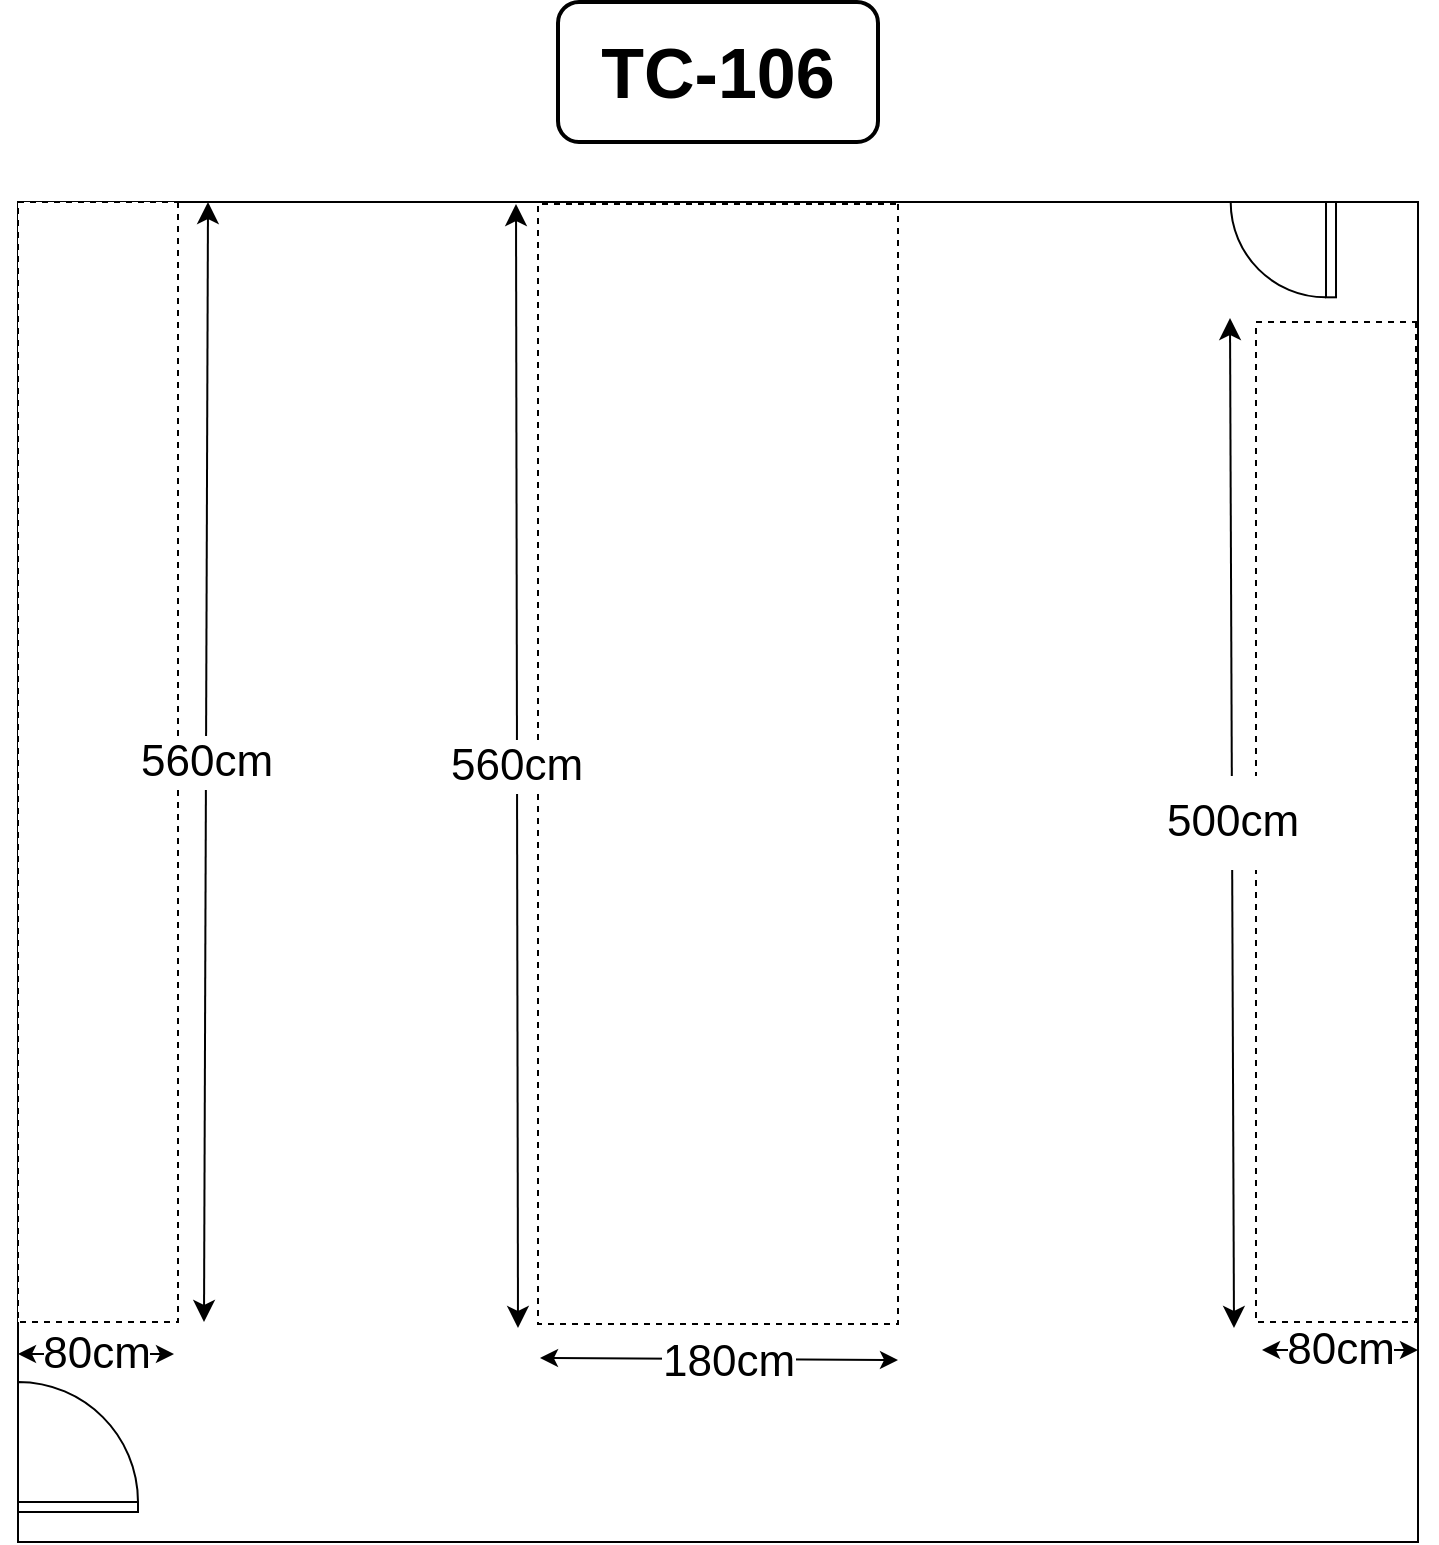
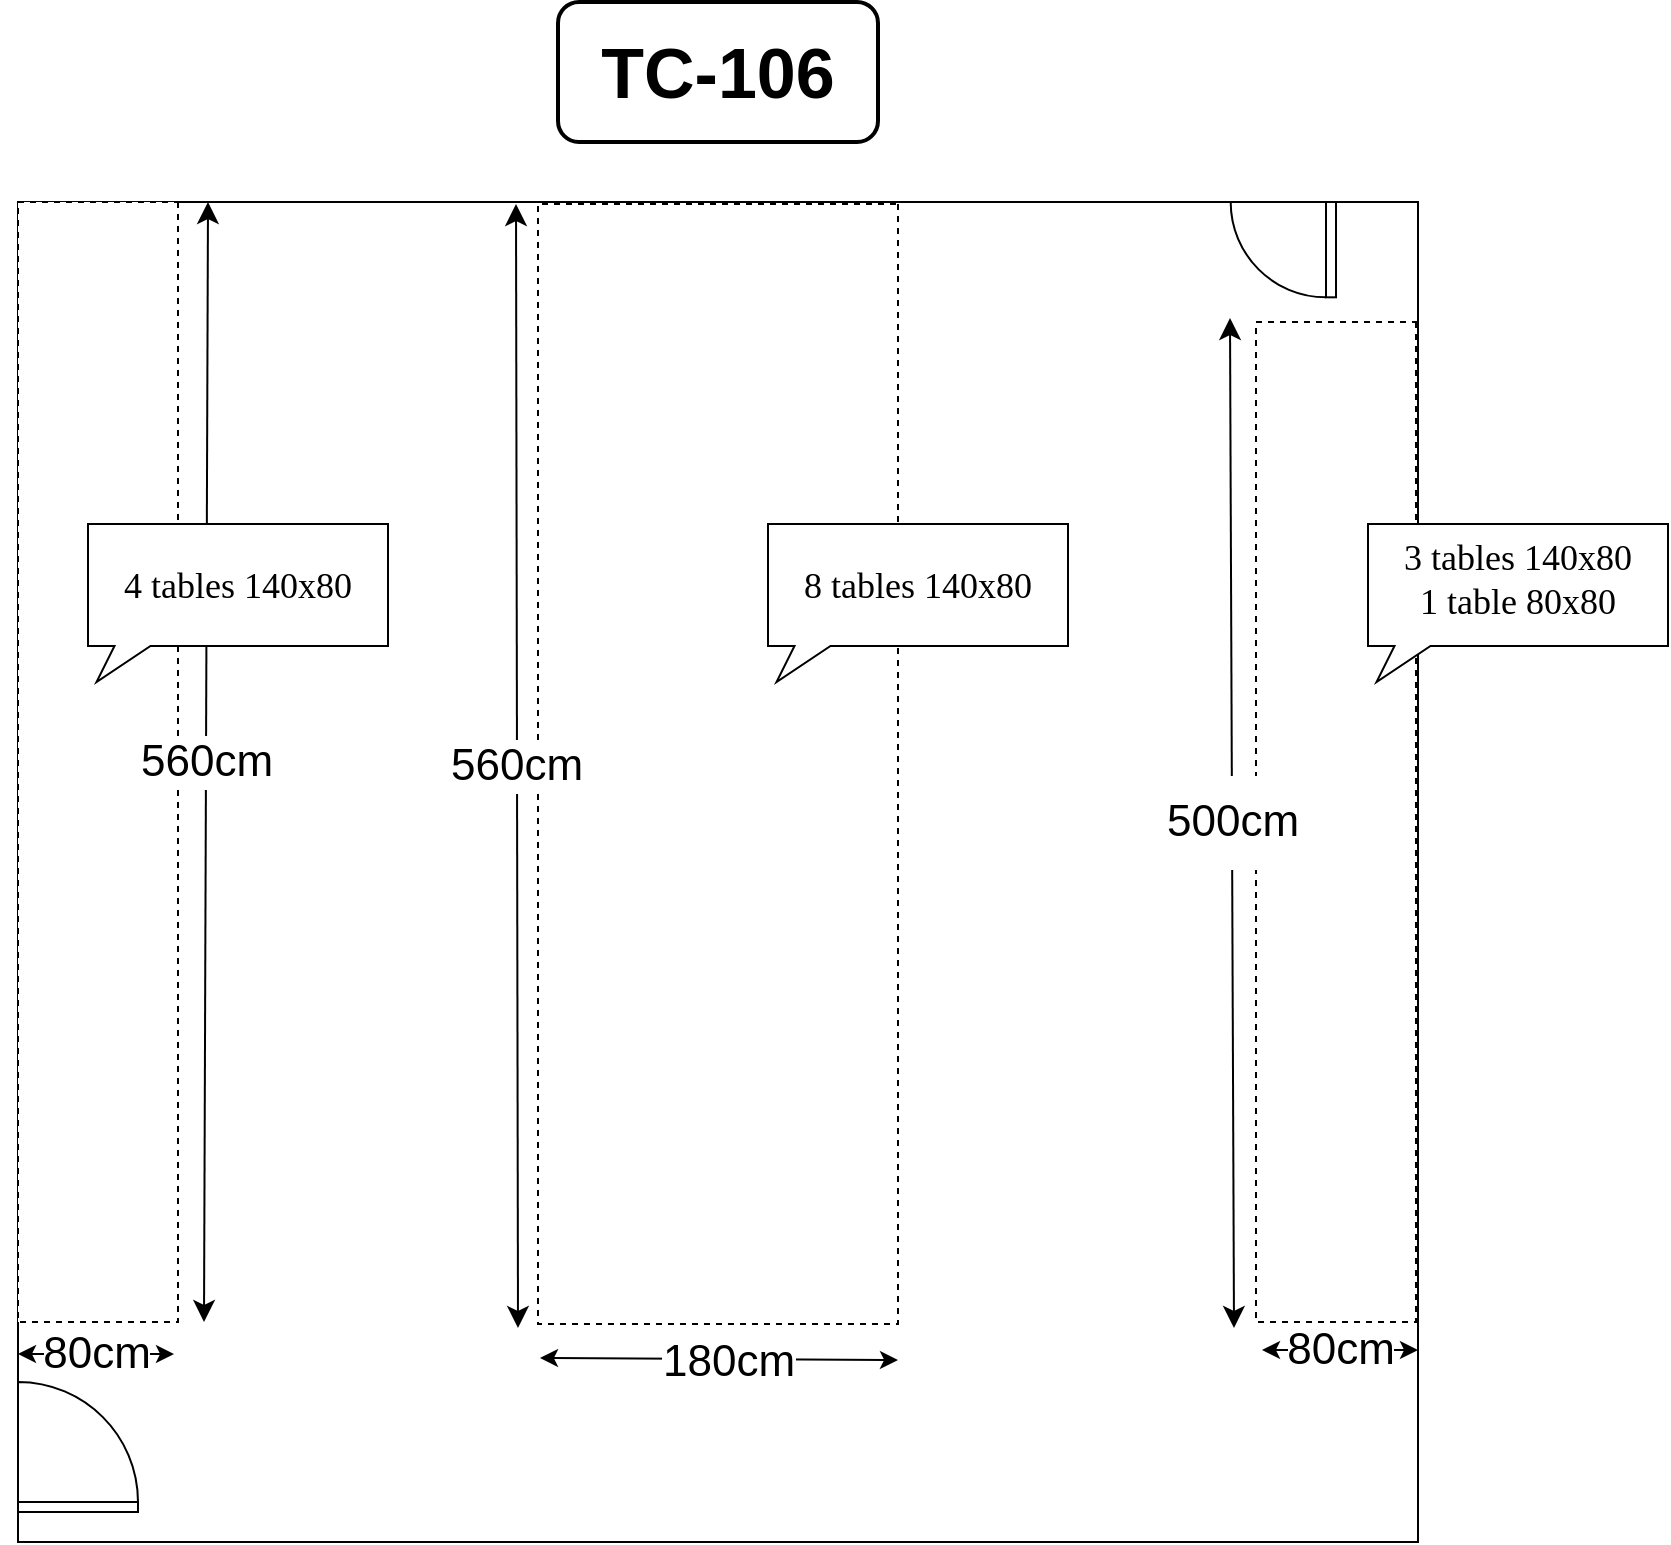
- <mxfile host="app.diagrams.net" agent="Mozilla/5.0 (X11; Linux x86_64; rv:149.0) Gecko/20100101 Firefox/149.0" version="29.6.4">
+ <mxfile host="app.diagrams.net" agent="Mozilla/5.0 (X11; Linux x86_64; rv:149.0) Gecko/20100101 Firefox/149.0">
  <diagram name="Page-1" id="iRoQFW6D9CzvpXQzve8l">
-     <mxGraphModel dx="1501" dy="824" grid="1" gridSize="10" guides="1" tooltips="1" connect="1" arrows="1" fold="1" page="1" pageScale="1" pageWidth="1169" pageHeight="827" math="0" shadow="0">
+     <mxGraphModel dx="1734" dy="968" grid="1" gridSize="10" guides="1" tooltips="1" connect="1" arrows="1" fold="1" page="1" pageScale="1" pageWidth="1169" pageHeight="827" math="0" shadow="0">
      <root>
        <mxCell id="0" />
        <mxCell id="1" parent="0" />
        <mxCell id="TTN37_IE3iKMg5Rs4A1S-1" parent="1" style="text;html=1;whiteSpace=wrap;strokeColor=default;fillColor=none;align=center;verticalAlign=middle;rounded=1;fontSize=35;fontStyle=1;glass=0;shadow=0;strokeWidth=2;perimeterSpacing=0;labelBorderColor=none;autosizeText=0;" value="TC-106" vertex="1">
          <mxGeometry height="70" width="160" x="505" y="10" as="geometry" />
        </mxCell>
        <mxCell id="TTN37_IE3iKMg5Rs4A1S-2" parent="1" style="rounded=0;whiteSpace=wrap;html=1;" value="" vertex="1">
          <mxGeometry height="670" width="700" x="235" y="110" as="geometry" />
        </mxCell>
        <mxCell id="V4ApdJ4xAvaCsAzmnfrd-1" parent="1" style="verticalLabelPosition=bottom;html=1;verticalAlign=top;align=center;shape=mxgraph.floorplan.doorRight;aspect=fixed;rotation=-180;" value="" vertex="1">
          <mxGeometry height="63.75" width="60" x="235" y="701.25" as="geometry" />
        </mxCell>
        <mxCell id="V4ApdJ4xAvaCsAzmnfrd-2" parent="1" style="verticalLabelPosition=bottom;html=1;verticalAlign=top;align=center;shape=mxgraph.floorplan.doorLeft;aspect=fixed;rotation=90;" value="&amp;nbsp; &amp;nbsp;&amp;nbsp;" vertex="1">
          <mxGeometry height="53.61" width="47.66" x="843.37" y="107.02" as="geometry" />
        </mxCell>
        <mxCell id="V4ApdJ4xAvaCsAzmnfrd-5" parent="1" style="rounded=0;whiteSpace=wrap;html=1;dashed=1;rotation=90;" value="" vertex="1">
          <mxGeometry height="80" width="500" x="644" y="380" as="geometry" />
        </mxCell>
        <mxCell id="V4ApdJ4xAvaCsAzmnfrd-6" parent="1" style="rounded=0;whiteSpace=wrap;html=1;dashed=1;rotation=90;" value="" vertex="1">
          <mxGeometry height="180" width="560" x="305" y="301" as="geometry" />
        </mxCell>
        <mxCell id="V4ApdJ4xAvaCsAzmnfrd-7" parent="1" style="rounded=0;whiteSpace=wrap;html=1;dashed=1;rotation=90;" value="" vertex="1">
          <mxGeometry height="80" width="560" x="-5" y="350" as="geometry" />
        </mxCell>
        <mxCell id="V4ApdJ4xAvaCsAzmnfrd-12" edge="1" parent="1" style="edgeStyle=none;orthogonalLoop=1;jettySize=auto;html=1;endArrow=classic;startArrow=classic;endSize=8;startSize=8;rounded=0;align=center;" value="&lt;div&gt;&lt;font style=&quot;font-size: 22px;&quot;&gt;560cm&lt;/font&gt;&lt;/div&gt;">
          <mxGeometry relative="1" width="100" as="geometry">
            <Array as="points" />
            <mxPoint x="330" y="110" as="sourcePoint" />
            <mxPoint x="328" y="670" as="targetPoint" />
          </mxGeometry>
        </mxCell>
        <mxCell id="V4ApdJ4xAvaCsAzmnfrd-13" edge="1" parent="1" style="edgeStyle=none;orthogonalLoop=1;jettySize=auto;html=1;endArrow=classic;startArrow=classic;endSize=8;startSize=8;rounded=0;align=center;" value="&lt;div&gt;&lt;font style=&quot;font-size: 22px;&quot;&gt;560cm&lt;/font&gt;&lt;/div&gt;">
          <mxGeometry relative="1" width="100" as="geometry">
            <Array as="points" />
            <mxPoint x="484" y="111" as="sourcePoint" />
            <mxPoint x="485" y="673" as="targetPoint" />
          </mxGeometry>
        </mxCell>
        <mxCell id="V4ApdJ4xAvaCsAzmnfrd-14" edge="1" parent="1" style="edgeStyle=none;orthogonalLoop=1;jettySize=auto;html=1;endArrow=classic;startArrow=classic;endSize=8;startSize=8;rounded=0;align=center;labelBackgroundColor=default;" value="&lt;div style=&quot;line-height: 110%;&quot;&gt;&lt;p&gt;&lt;font style=&quot;font-size: 22px; line-height: 110%;&quot;&gt;500cm&lt;/font&gt;&lt;/p&gt;&lt;/div&gt;">
          <mxGeometry relative="1" width="100" as="geometry">
            <Array as="points" />
            <mxPoint x="841" y="168" as="sourcePoint" />
            <mxPoint x="843" y="673" as="targetPoint" />
          </mxGeometry>
        </mxCell>
        <mxCell id="V4ApdJ4xAvaCsAzmnfrd-15" edge="1" parent="1" style="endArrow=classic;startArrow=classic;html=1;rounded=0;fontSize=22;" value="80cm">
          <mxGeometry height="50" relative="1" width="50" as="geometry">
            <mxPoint x="235" y="686" as="sourcePoint" />
            <mxPoint x="313" y="686" as="targetPoint" />
          </mxGeometry>
        </mxCell>
        <mxCell id="V4ApdJ4xAvaCsAzmnfrd-16" edge="1" parent="1" style="endArrow=classic;startArrow=classic;html=1;rounded=0;fontSize=22;" value="80cm">
          <mxGeometry height="50" relative="1" width="50" as="geometry">
            <mxPoint x="857" y="684" as="sourcePoint" />
            <mxPoint x="935" y="684" as="targetPoint" />
          </mxGeometry>
        </mxCell>
        <mxCell id="V4ApdJ4xAvaCsAzmnfrd-18" edge="1" parent="1" style="endArrow=classic;startArrow=classic;html=1;rounded=0;fontSize=22;align=center;" value="&lt;div align=&quot;center&quot;&gt;180cm&lt;/div&gt;">
          <mxGeometry height="50" relative="1" width="50" x="0.0504" y="-1" as="geometry">
            <mxPoint as="offset" />
            <mxPoint x="496" y="688" as="sourcePoint" />
            <mxPoint x="675" y="689" as="targetPoint" />
          </mxGeometry>
        </mxCell>
+         <mxCell id="816E9Z19sICrN_f-OBOz-1" parent="1" style="whiteSpace=wrap;html=1;shape=mxgraph.basic.rectCallout;dx=22.25;dy=18;boundedLbl=1;align=center;fontSize=18;labelPosition=center;verticalLabelPosition=middle;verticalAlign=top;" value="&lt;font face=&quot;Tahoma&quot;&gt;3 tables 140x80&lt;/font&gt;&lt;br&gt;&lt;font face=&quot;Tahoma&quot;&gt;1 table 80x80&lt;/font&gt;&lt;div&gt;&lt;br&gt;&lt;/div&gt;" vertex="1">
+           <mxGeometry height="79" width="150" x="910" y="271" as="geometry" />
+         </mxCell>
+         <mxCell id="816E9Z19sICrN_f-OBOz-2" parent="1" style="whiteSpace=wrap;html=1;shape=mxgraph.basic.rectCallout;dx=22.25;dy=18;boundedLbl=1;align=center;fontSize=18;labelPosition=center;verticalLabelPosition=middle;verticalAlign=middle;" value="&lt;font face=&quot;Tahoma&quot;&gt;8 tables 140x80&lt;/font&gt;" vertex="1">
+           <mxGeometry height="79" width="150" x="610" y="271" as="geometry" />
+         </mxCell>
+         <mxCell id="816E9Z19sICrN_f-OBOz-3" parent="1" style="whiteSpace=wrap;html=1;shape=mxgraph.basic.rectCallout;dx=22.25;dy=18;boundedLbl=1;align=center;fontSize=18;labelPosition=center;verticalLabelPosition=middle;verticalAlign=middle;rotation=0;direction=east;" value="&lt;font face=&quot;Tahoma&quot;&gt;4&amp;nbsp;tables 140x80&lt;/font&gt;" vertex="1">
+           <mxGeometry height="79" width="150" x="270" y="271" as="geometry" />
+         </mxCell>
      </root>
    </mxGraphModel>
  </diagram>
</mxfile>
